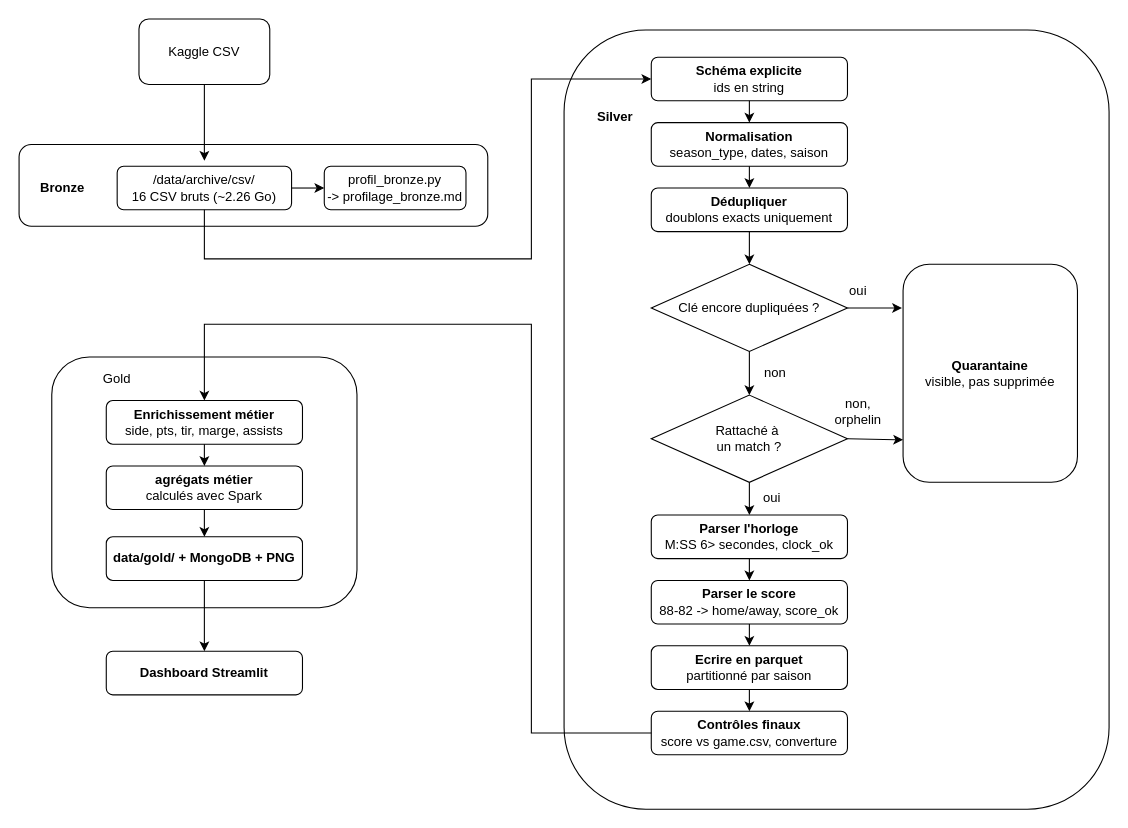
Before: schemas/Diagramme d'activités.drawio in LudovicBeber/projet_spark_hadoop, a draw.io diagram. Source tidied: cells renumbered, new cells numbered last; positions are measured from the earlier drawing's top-left corner, leaving out a move shared by most shapes. Both pictures are drawn from the tidied source at 109%, with x=0, y=0 at pixel (19, 19).
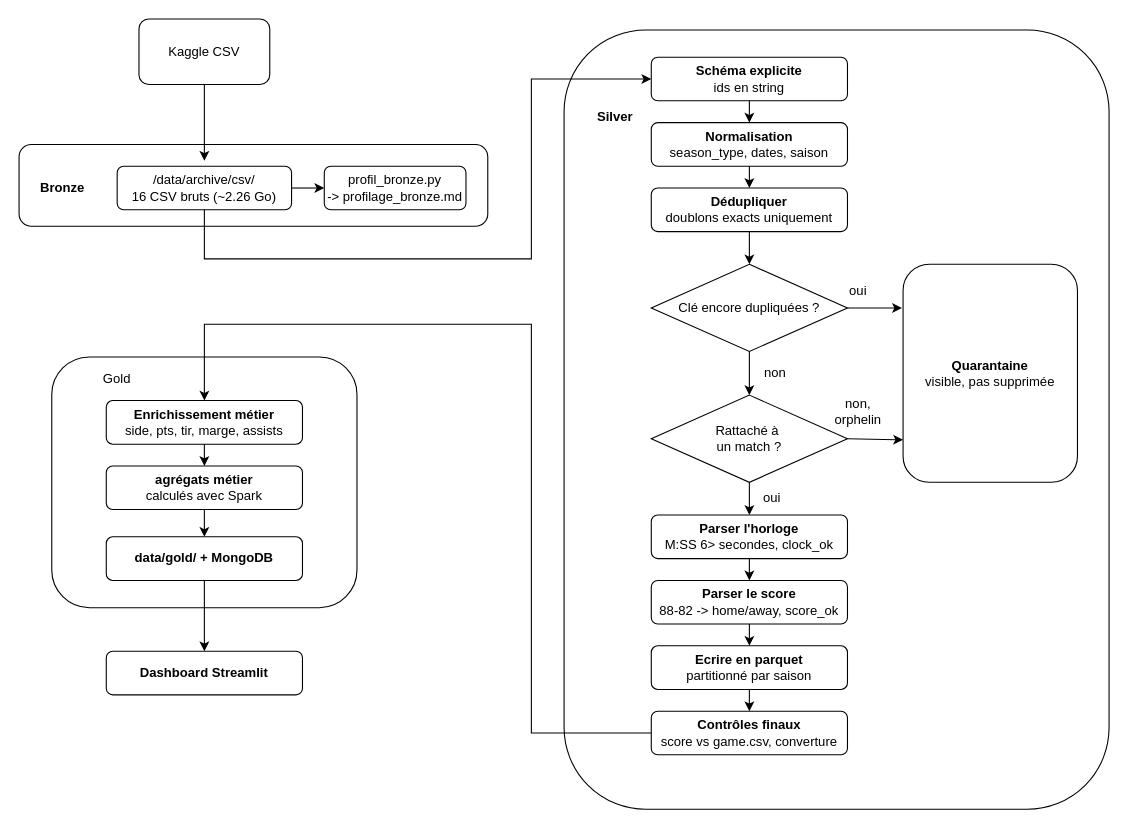
The same page after the edit.

Diff of the diagram source:
```diff
@@
-    <mxCell id="40" value="&lt;b&gt;data/gold/ + MongoDB + PNG&lt;/b&gt;" style="rounded=1;whiteSpace=wrap;html=1;roundedPerimeter=1;" parent="1" vertex="1">
+    <mxCell id="40" value="&lt;b&gt;data/gold/ + MongoDB&lt;/b&gt;" style="rounded=1;whiteSpace=wrap;html=1;roundedPerimeter=1;" parent="1" vertex="1">
       <mxGeometry x="80" y="475" width="180" height="40" as="geometry" />
     </mxCell>
```
